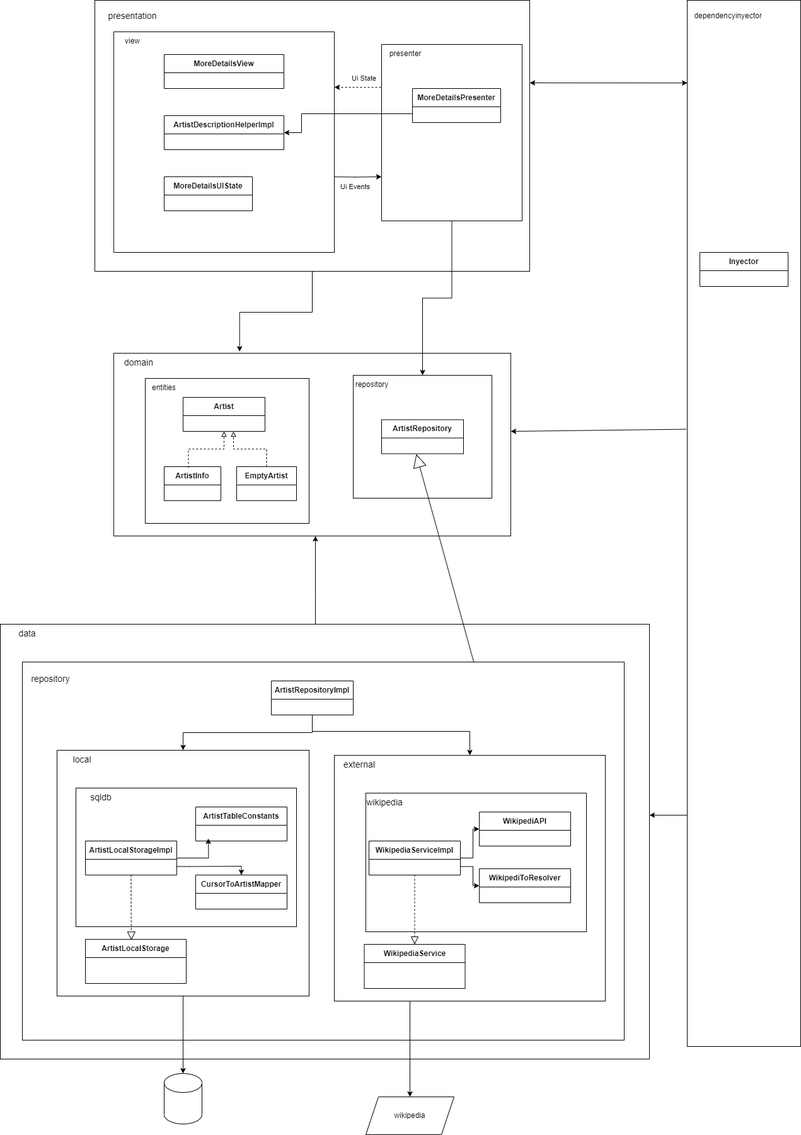
Above: docs/OtherInfoWindow_Classes_Diagram.png in elagarrigue/AyDS23-Winchester4 (draw.io), before the change. Source tidied: cells renumbered, new cells last; positions are measured from the earlier drawing's top-left corner, leaving out a move shared by most shapes.
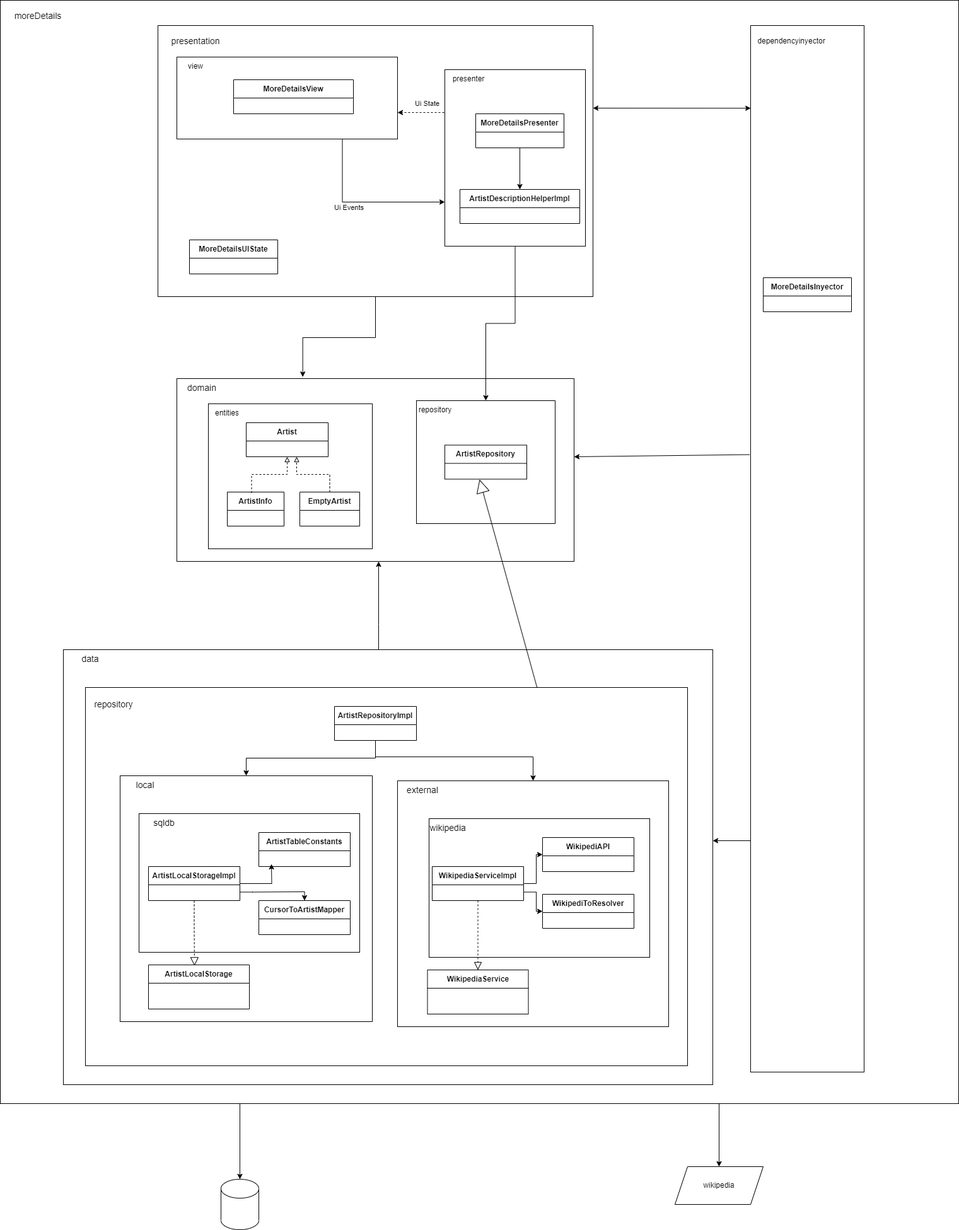
Later version of the same file.

Commit message:
diagrama de clases corregido

The edit, as a diff of the source:
```diff
@@ -2,6 +2,15 @@
   <root>
     <mxCell id="0" />
     <mxCell id="1" parent="0" />
+    <mxCell id="72" style="edgeStyle=orthogonalEdgeStyle;rounded=0;jettySize=auto;html=1;exitX=0.75;exitY=1;exitDx=0;exitDy=0;" parent="1" edge="1" source="74" target="69">
+      <mxGeometry relative="1" as="geometry" />
+    </mxCell>
+    <mxCell id="73" style="edgeStyle=orthogonalEdgeStyle;rounded=0;jettySize=auto;html=1;exitX=0.25;exitY=1;exitDx=0;exitDy=0;" parent="1" edge="1" source="74" target="70">
+      <mxGeometry relative="1" as="geometry" />
+    </mxCell>
+    <mxCell id="74" style="rounded=0;whiteSpace=wrap;html=1;" parent="1" vertex="1">
+      <mxGeometry x="-100" y="-40" width="1520" height="1750" as="geometry" />
+    </mxCell>
     <mxCell id="2" style="rounded=0;whiteSpace=wrap;html=1;" parent="1" vertex="1">
       <mxGeometry x="180" y="560" width="630" height="290" as="geometry" />
     </mxCell>
@@ -14,10 +23,8 @@
     <mxCell id="5" value="&lt;font style=&quot;font-size: 14px;&quot;&gt;presentation&lt;/font&gt;" style="text;html=1;strokeColor=none;fillColor=none;align=center;verticalAlign=middle;whiteSpace=wrap;rounded=0;" parent="1" vertex="1">
       <mxGeometry x="170" y="10" width="80" height="30" as="geometry" />
     </mxCell>
-    <mxCell id="6" style="edgeStyle=orthogonalEdgeStyle;rounded=0;jettySize=auto;html=1;entryX=0;entryY=0.75;entryDx=0;entryDy=0;" parent="1" edge="1" target="12">
-      <mxGeometry relative="1" as="geometry">
-        <mxPoint x="520" y="280" as="sourcePoint" />
-      </mxGeometry>
+    <mxCell id="6" style="edgeStyle=orthogonalEdgeStyle;rounded=0;jettySize=auto;html=1;entryX=0;entryY=0.75;entryDx=0;entryDy=0;exitX=0.75;exitY=1;exitDx=0;exitDy=0;" parent="1" edge="1" source="8" target="12">
+      <mxGeometry relative="1" as="geometry" />
     </mxCell>
     <mxCell id="7" value="Ui Events" style="edgeLabel;html=1;align=center;verticalAlign=middle;" parent="6" vertex="1">
       <mxGeometry x="-0.28" y="-2" relative="1" as="geometry">
@@ -25,7 +32,7 @@
       </mxGeometry>
     </mxCell>
     <mxCell id="8" style="rounded=0;whiteSpace=wrap;html=1;" parent="1" vertex="1">
-      <mxGeometry x="180" y="50" width="350" height="350" as="geometry" />
+      <mxGeometry x="180" y="50" width="350" height="130" as="geometry" />
     </mxCell>
     <mxCell id="9" style="edgeStyle=orthogonalEdgeStyle;rounded=0;orthogonalLoop=1;jettySize=auto;html=1;dashed=1;" parent="1" edge="1">
       <mxGeometry relative="1" as="geometry">
@@ -70,21 +77,9 @@
     <mxCell id="19" style="rounded=0;whiteSpace=wrap;html=1;" parent="1" vertex="1">
       <mxGeometry x="35" y="1050" width="955" height="600" as="geometry" />
     </mxCell>
-    <mxCell id="20" style="edgeStyle=orthogonalEdgeStyle;rounded=0;jettySize=auto;html=1;exitX=0.5;exitY=1;exitDx=0;exitDy=0;entryX=0.5;entryY=0;entryDx=0;entryDy=0;entryPerimeter=0;" parent="1" edge="1" source="21" target="70">
-      <mxGeometry relative="1" as="geometry" />
-    </mxCell>
     <mxCell id="21" style="rounded=0;whiteSpace=wrap;html=1;" parent="1" vertex="1">
       <mxGeometry x="90" y="1190" width="400" height="390" as="geometry" />
     </mxCell>
-    <mxCell id="22" style="edgeStyle=orthogonalEdgeStyle;rounded=0;jettySize=auto;html=1;" parent="1" edge="1" target="69">
-      <mxGeometry relative="1" as="geometry">
-        <mxPoint x="650" y="1580" as="sourcePoint" />
-        <Array as="points">
-          <mxPoint x="650" y="1700" />
-          <mxPoint x="650" y="1700" />
-        </Array>
-      </mxGeometry>
-    </mxCell>
     <mxCell id="23" style="rounded=0;whiteSpace=wrap;html=1;" parent="1" vertex="1">
       <mxGeometry x="530" y="1198" width="430" height="390" as="geometry" />
     </mxCell>
@@ -106,6 +101,9 @@
         <mxPoint x="840" y="131" as="targetPoint" />
       </mxGeometry>
     </mxCell>
+    <mxCell id="71" style="edgeStyle=orthogonalEdgeStyle;rounded=0;jettySize=auto;html=1;" parent="1" edge="1" source="28" target="31">
+      <mxGeometry relative="1" as="geometry" />
+    </mxCell>
     <mxCell id="28" value="MoreDetailsPresenter" style="swimlane;fontStyle=1;align=center;verticalAlign=middle;horizontal=1;startSize=29;html=1;whiteSpace=wrap;" parent="1" vertex="1">
       <mxGeometry x="654" y="140" width="140" height="54" as="geometry" />
     </mxCell>
@@ -116,13 +114,13 @@
       <mxGeometry x="180" y="50" width="60" height="30" as="geometry" />
     </mxCell>
     <mxCell id="31" value="ArtistDescriptionHelperImpl" style="swimlane;fontStyle=1;align=center;verticalAlign=middle;horizontal=1;startSize=29;html=1;whiteSpace=wrap;" parent="1" vertex="1">
-      <mxGeometry x="260" y="183" width="190" height="54" as="geometry" />
+      <mxGeometry x="629" y="260" width="190" height="54" as="geometry" />
     </mxCell>
     <mxCell id="32" value="MoreDetailsUIState" style="swimlane;fontStyle=1;align=center;verticalAlign=middle;horizontal=1;startSize=29;html=1;whiteSpace=wrap;" parent="1" vertex="1">
-      <mxGeometry x="260" y="280" width="140" height="54" as="geometry" />
+      <mxGeometry x="200" y="340" width="140" height="54" as="geometry" />
     </mxCell>
     <mxCell id="33" value="MoreDetailsView" style="swimlane;fontStyle=1;align=center;verticalAlign=middle;horizontal=1;startSize=29;html=1;whiteSpace=wrap;" parent="1" vertex="1">
-      <mxGeometry x="260" y="86" width="190" height="54" as="geometry" />
+      <mxGeometry x="270" y="86" width="190" height="54" as="geometry" />
     </mxCell>
     <mxCell id="34" value="entities" style="text;html=1;strokeColor=none;fillColor=none;align=center;verticalAlign=middle;whiteSpace=wrap;rounded=0;" parent="1" vertex="1">
       <mxGeometry x="230" y="600" width="60" height="30" as="geometry" />
@@ -246,22 +244,17 @@
     <mxCell id="67" value="dependencyinyector" style="text;html=1;strokeColor=none;fillColor=none;align=center;verticalAlign=middle;whiteSpace=wrap;rounded=0;" parent="1" vertex="1">
       <mxGeometry x="1090" width="130" height="50" as="geometry" />
     </mxCell>
-    <mxCell id="68" value="Inyector" style="swimlane;fontStyle=1;align=center;verticalAlign=middle;horizontal=1;startSize=29;html=1;whiteSpace=wrap;" parent="1" vertex="1">
+    <mxCell id="68" value="MoreDetailsInyector" style="swimlane;fontStyle=1;align=center;verticalAlign=middle;horizontal=1;startSize=29;html=1;whiteSpace=wrap;" parent="1" vertex="1">
       <mxGeometry x="1110" y="400" width="140" height="54" as="geometry" />
     </mxCell>
     <mxCell id="69" value="wikipedia" style="shape=parallelogram;perimeter=parallelogramPerimeter;whiteSpace=wrap;html=1;fixedSize=1;" parent="1" vertex="1">
-      <mxGeometry x="580" y="1740" width="140" height="60" as="geometry" />
+      <mxGeometry x="970" y="1810" width="140" height="60" as="geometry" />
     </mxCell>
     <mxCell id="70" style="shape=cylinder3;whiteSpace=wrap;html=1;boundedLbl=1;backgroundOutline=1;size=15;" parent="1" vertex="1">
-      <mxGeometry x="260" y="1703" width="60" height="80" as="geometry" />
+      <mxGeometry x="250" y="1830" width="60" height="80" as="geometry" />
     </mxCell>
-    <mxCell id="71" style="edgeStyle=orthogonalEdgeStyle;rounded=0;jettySize=auto;html=1;entryX=1;entryY=0.5;entryDx=0;entryDy=0;" parent="1" edge="1" source="28" target="31">
-      <mxGeometry relative="1" as="geometry">
-        <Array as="points">
-          <mxPoint x="478" y="180" />
-          <mxPoint x="478" y="210" />
-        </Array>
-      </mxGeometry>
-    </mxCell>
+    <mxCell id="75" value="&lt;font style=&quot;font-size: 14px;&quot;&gt;moreDetails&lt;/font&gt;" style="text;html=1;strokeColor=none;fillColor=none;align=center;verticalAlign=middle;whiteSpace=wrap;rounded=0;" parent="1" vertex="1">
+      <mxGeometry x="-80" y="-30" width="80" height="30" as="geometry" />
+    </mxCell>
   </root>
 </mxGraphModel>
```
